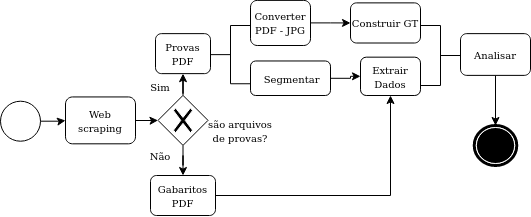
Before: Untitled Diagram.png, a diagram exported from draw.io (karinawie/process-diagram). Source tidied: cells renumbered, new cells last; positions are measured from the earlier drawing's top-left corner, leaving out a move shared by most shapes.
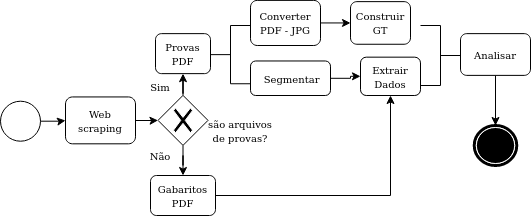
The same diagram one commit later.

Change to the diagram source:
```diff
@@ -12,7 +12,7 @@
       <mxGeometry x="360" y="56.7" width="60" height="38.3" as="geometry" />
     </mxCell>
     <mxCell id="5" value="&lt;font style=&quot;font-size: 10px&quot;&gt;Construir GT &lt;/font&gt;" style="html=1;whiteSpace=wrap;rounded=1;" parent="1" vertex="1">
-      <mxGeometry x="350" y="2.4" width="70" height="40.1" as="geometry" />
+      <mxGeometry x="350" y="1.1" width="60" height="42.6" as="geometry" />
     </mxCell>
     <mxCell id="6" style="edgeStyle=orthogonalEdgeStyle;rounded=0;jettySize=auto;html=1;entryX=0;entryY=0.5;entryDx=0;entryDy=0;" parent="1" edge="1" source="7" target="4">
       <mxGeometry relative="1" as="geometry" />
@@ -33,11 +33,11 @@
     <mxCell id="10" value="&lt;font style=&quot;font-size: 10px&quot;&gt;Analisar&lt;font style=&quot;font-size: 10px&quot;&gt;&lt;br&gt;&lt;/font&gt;&lt;/font&gt;" style="html=1;whiteSpace=wrap;rounded=1;" parent="1" vertex="1">
       <mxGeometry x="460" y="33.1" width="70" height="41.8" as="geometry" />
     </mxCell>
-    <mxCell id="11" style="edgeStyle=orthogonalEdgeStyle;rounded=0;jettySize=auto;html=1;entryX=0;entryY=0.5;entryDx=0;entryDy=0;" parent="1" edge="1" source="12" target="5">
+    <mxCell id="11" style="edgeStyle=orthogonalEdgeStyle;rounded=0;jettySize=auto;html=1;exitX=1;exitY=0.5;exitDx=0;exitDy=0;entryX=0;entryY=0.5;entryDx=0;entryDy=0;" parent="1" edge="1" source="12" target="5">
       <mxGeometry relative="1" as="geometry" />
     </mxCell>
     <mxCell id="12" value="&lt;font style=&quot;font-size: 10px&quot;&gt;Converter PDF - JPG&lt;/font&gt;" style="html=1;whiteSpace=wrap;rounded=1;" parent="1" vertex="1">
-      <mxGeometry x="250" y="-0.1" width="60" height="45.1" as="geometry" />
+      <mxGeometry x="250" y="-0.1" width="70" height="45.1" as="geometry" />
     </mxCell>
     <mxCell id="13" style="shape=mxgraph.bpmn.shape;html=1;verticalLabelPosition=bottom;labelBackgroundColor=#ffffff;verticalAlign=top;align=center;perimeter=ellipsePerimeter;outlineConnect=0;outline=end;symbol=terminate;" parent="1" vertex="1">
       <mxGeometry x="473.8" y="125" width="42.5" height="40" as="geometry" />
```
